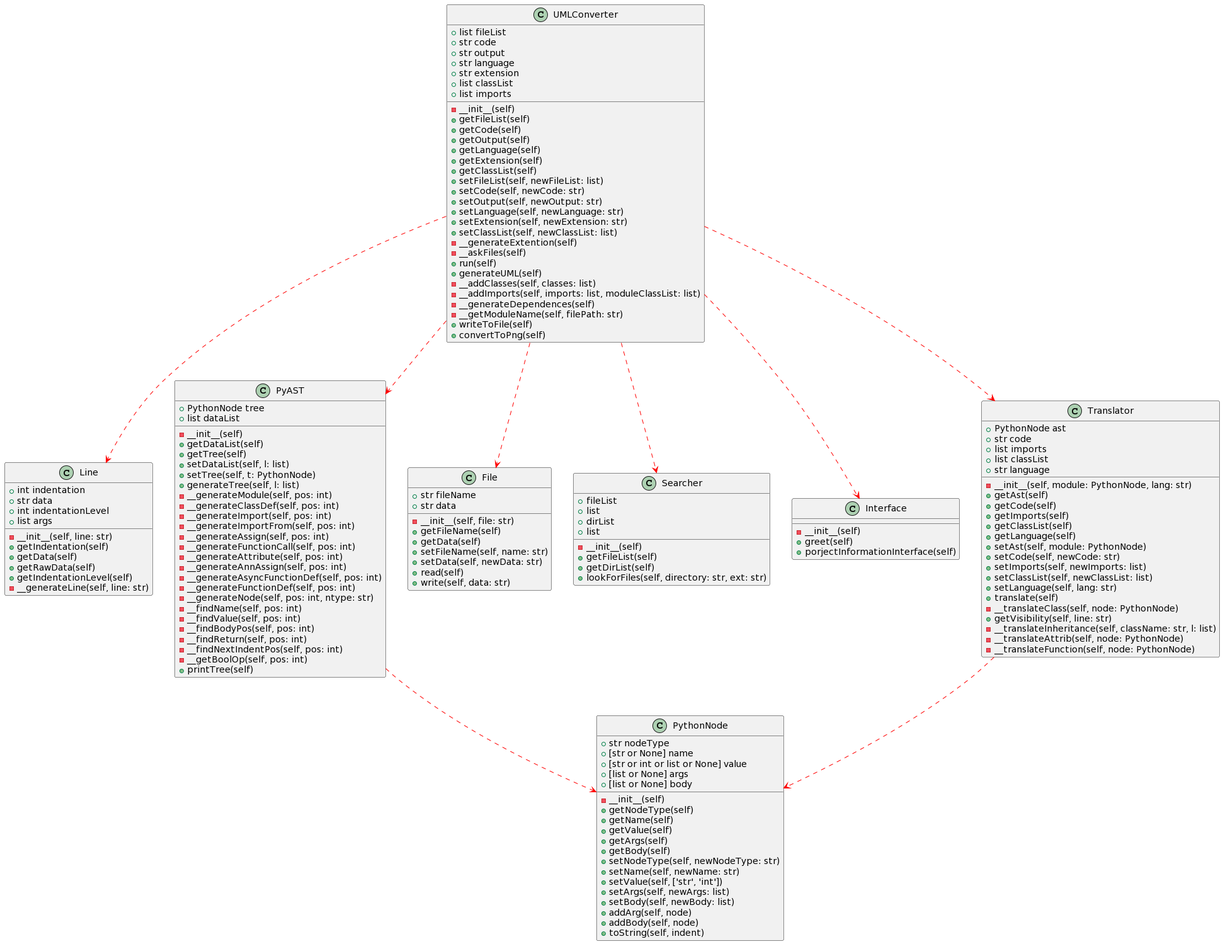
This is outputs/projectUML.png from AdrianEpi/UMLConverter, a PlantUML export, as it was before one commit.
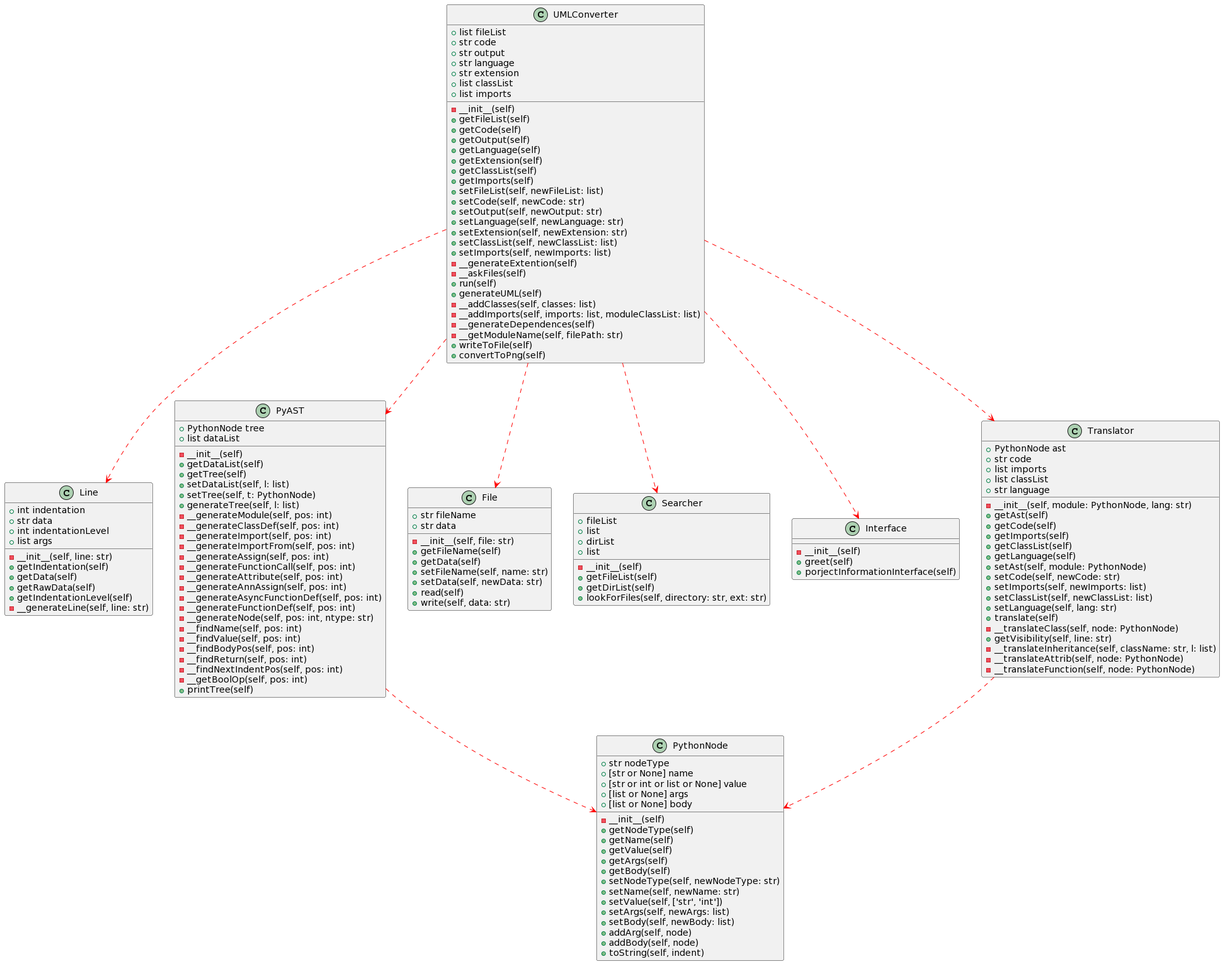
Above is the later version.

What changed in the source:
```diff
@@ -132,12 +132,14 @@
     + getLanguage(self)
     + getExtension(self)
     + getClassList(self)
+    + getImports(self)
     + setFileList(self, newFileList: list)
     + setCode(self, newCode: str)
     + setOutput(self, newOutput: str)
     + setLanguage(self, newLanguage: str)
     + setExtension(self, newExtension: str)
     + setClassList(self, newClassList: list)
+    + setImports(self, newImports: list)
     - __generateExtention(self)
     - __askFiles(self)
     + run(self)
```
